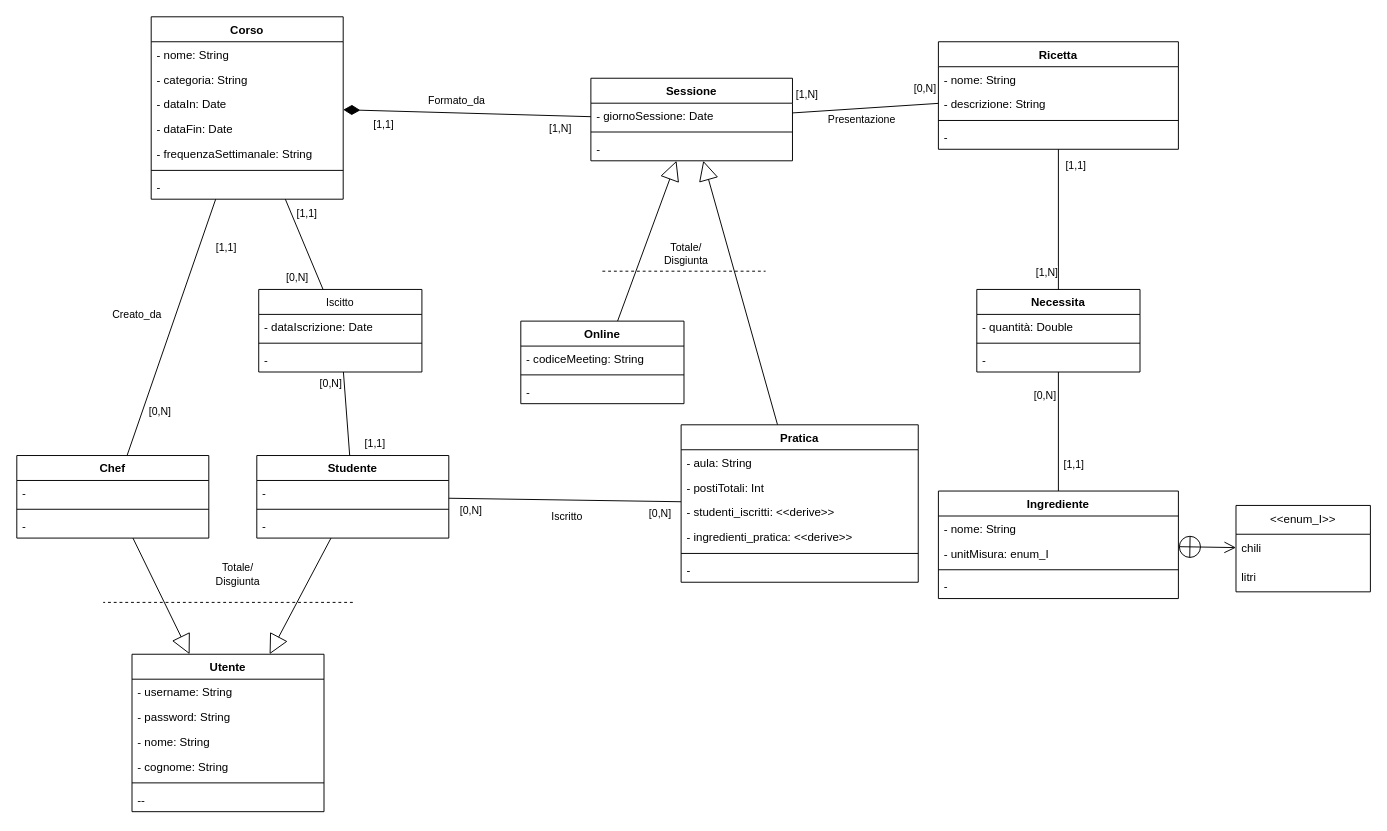
This is page "umlNonRistrutturato" (1 of 4) of bdd/uml/UML1.drawio from MetisWastaken/UninaFoodLab, a draw.io file, before an edit. Source tidied: cells renumbered, new cells numbered last; positions are measured from the earlier drawing's top-left corner, leaving out a move shared by most shapes. Both pictures are drawn from the tidied source at 96%, with x=0, y=0 at pixel (16, 16).
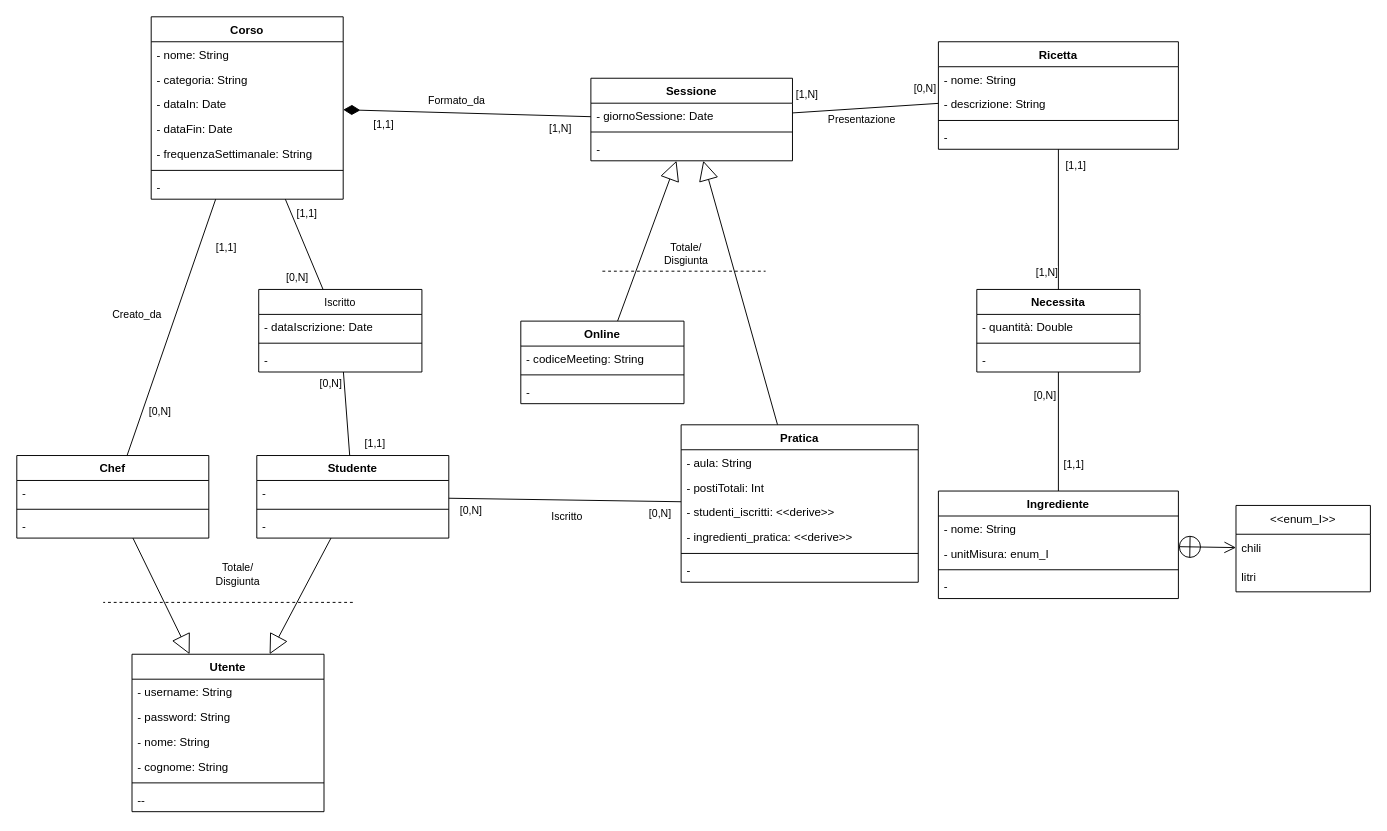
The same diagram, later.

Commit message (it also covers changes not shown here):
Uml mod

Change to the diagram source:
```diff
@@
-    <mxCell id="91" value="&lt;span style=&quot;font-size: 11px; font-weight: 400; text-wrap-mode: nowrap; background-color: rgb(255, 255, 255);&quot;&gt;Iscitto&lt;/span&gt;" style="swimlane;align=center;verticalAlign=top;horizontal=1;startSize=26;whiteSpace=wrap;html=1;" parent="1" vertex="1">
+    <mxCell id="91" value="&lt;span style=&quot;font-size: 11px; font-weight: 400; text-wrap-mode: nowrap; background-color: rgb(255, 255, 255);&quot;&gt;Iscritto&lt;/span&gt;" style="swimlane;align=center;verticalAlign=top;horizontal=1;startSize=26;whiteSpace=wrap;html=1;" parent="1" vertex="1">
       <mxGeometry x="252" y="284" width="170" height="86" as="geometry" />
     </mxCell>
```
